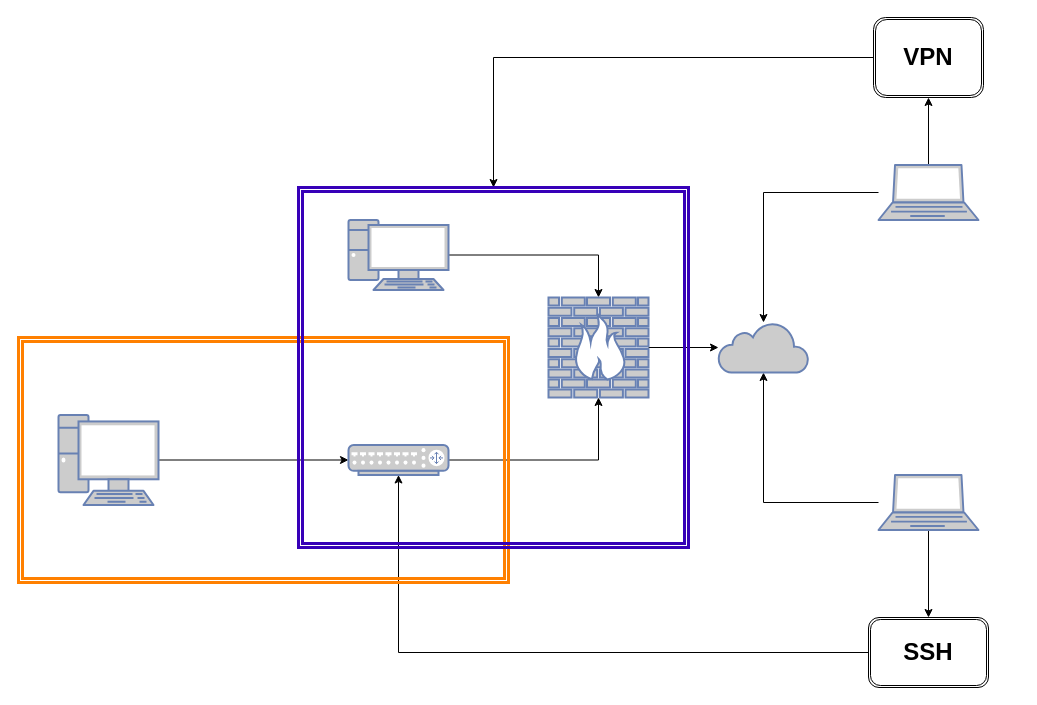
ppvnf/diagramnetworklab2 keeps this draw.io diagram as Copy of network.drawio. Above is the earlier version. Source tidied: cells renumbered, new cells numbered last; positions are measured from the earlier drawing's top-left corner, leaving out a move shared by most shapes. Both pictures are drawn from the tidied source at 100%, with x=0, y=0 at pixel (18, 17).
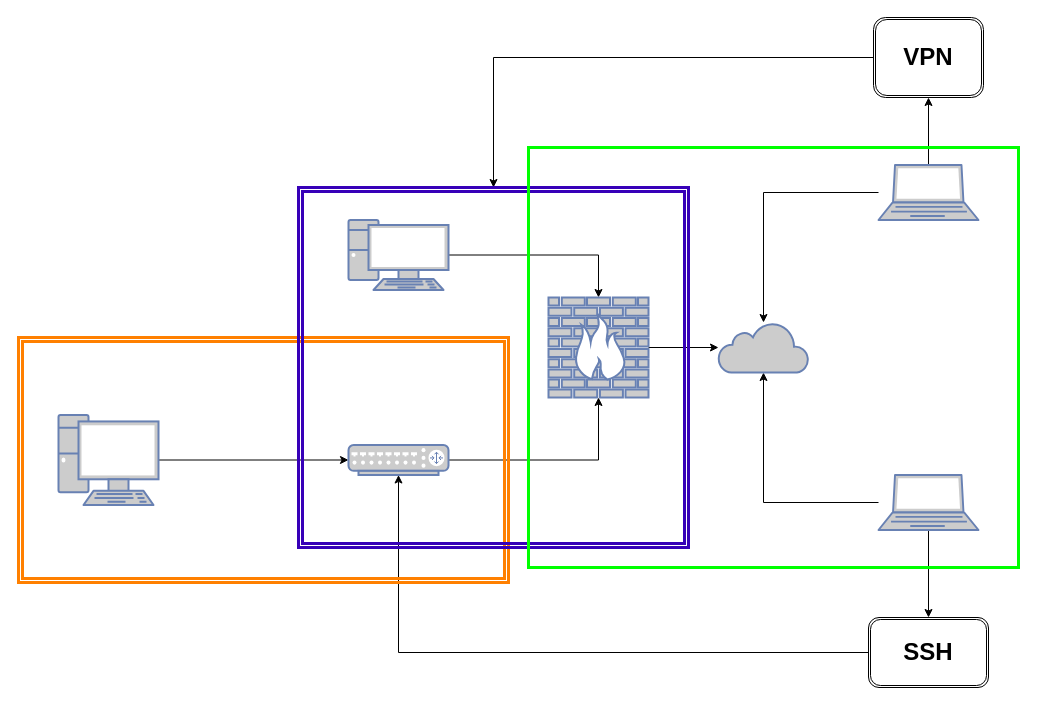
The same page after the edit.

Change to the diagram source:
```diff
@@
+    <mxCell id="23" style="rounded=0;whiteSpace=wrap;html=1;fillColor=none;strokeColor=#00FF00;strokeWidth=3;" parent="1" vertex="1">
+      <mxGeometry x="510" y="130" width="490" height="420" as="geometry" />
+    </mxCell>
```
